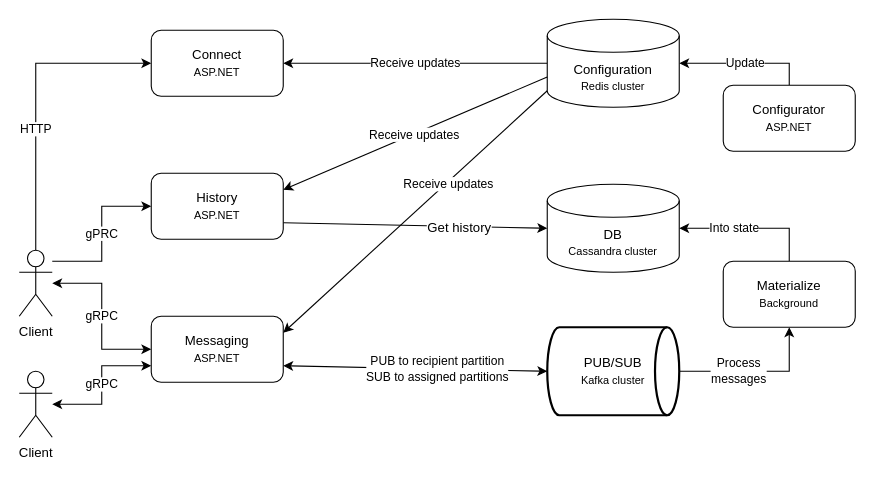
Earlier version of the draw.io diagram docs/cecochat-01-overall.drawio (cvetomir-todorov/CecoChat). Source tidied: cells renumbered, new cells numbered last; positions are measured from the earlier drawing's top-left corner, leaving out a move shared by most shapes. Both pictures are drawn from the tidied source at 110%, with x=0, y=0 at pixel (19, 19).
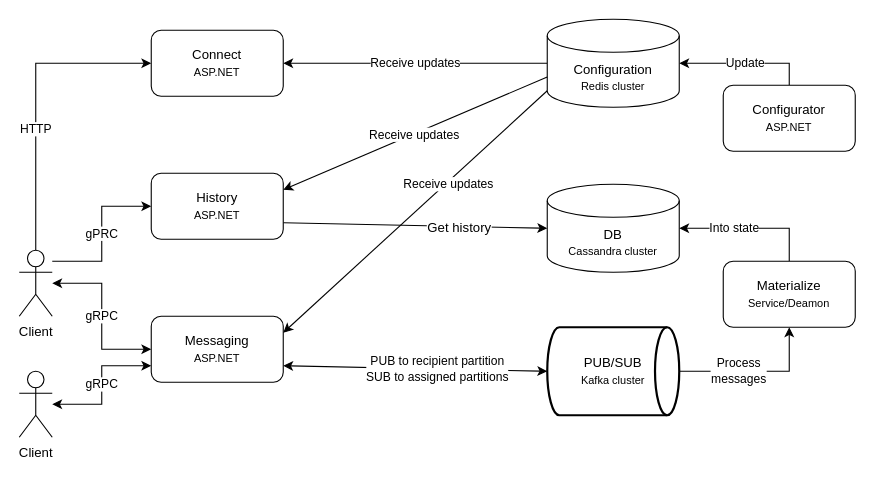
The same page after the edit.

The edit, as a diff of the source:
```diff
@@
-    <mxCell id="17" value="Materialize&lt;br&gt;&lt;font style=&quot;font-size: 10px&quot;&gt;Background&lt;/font&gt;" style="rounded=1;whiteSpace=wrap;html=1;" parent="1" vertex="1">
+    <mxCell id="17" value="Materialize&lt;br&gt;&lt;font style=&quot;font-size: 10px&quot;&gt;Service/Deamon&lt;/font&gt;" style="rounded=1;whiteSpace=wrap;html=1;" parent="1" vertex="1">
       <mxGeometry x="640" y="220" width="120" height="60" as="geometry" />
     </mxCell>
```
